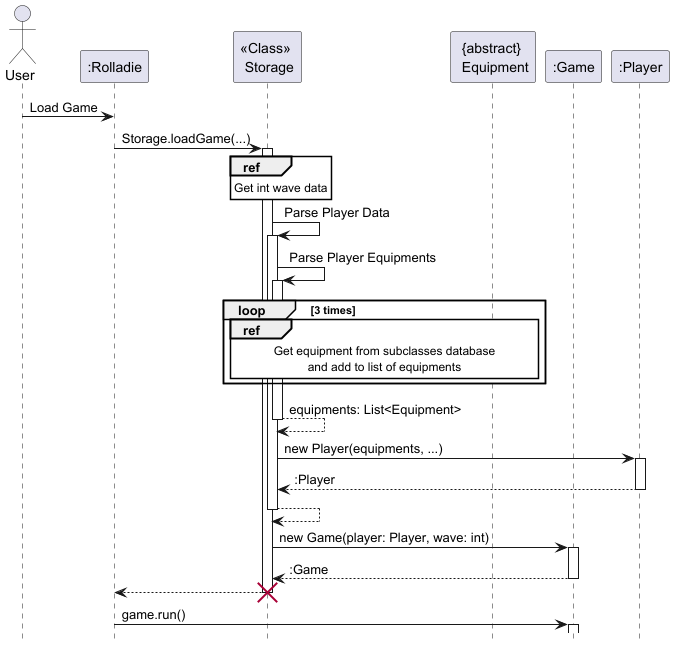
The PlantUML diagram docs/uml_image/loadSequenceDiagram.png in TiangSoonYong/tp, before a commit.
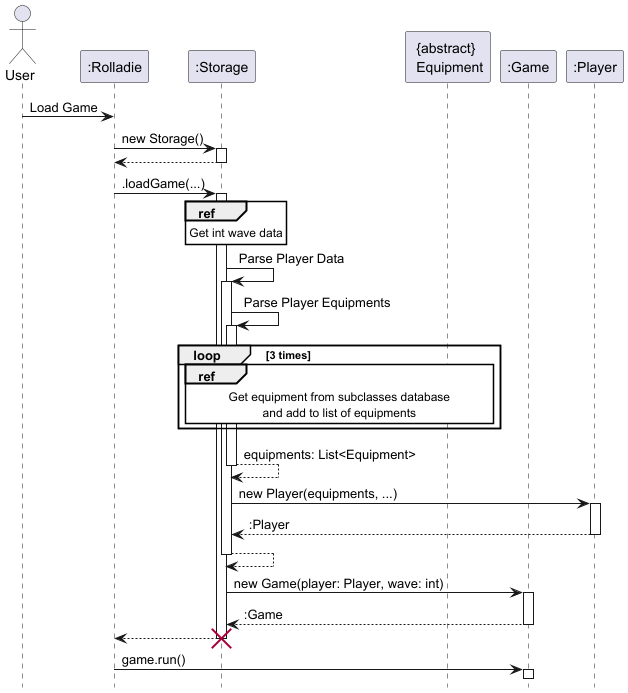
Above is the later version.

Diff of the diagram source:
```diff
@@ -4,13 +4,17 @@
 actor User
 
 participant ":Rolladie" as Rolladie
-participant "<<Class>> \n Storage" as Storage
+participant ":Storage" as Storage
 participant "{abstract} \n Equipment" as Equipment
 participant ":Game" as Game
 participant ":Player" as Player
 
 User -> Rolladie: Load Game
-Rolladie -> Storage: Storage.loadGame(...)
+Rolladie -> Storage: new Storage()
+activate Storage
+Storage --> Rolladie:
+deactivate Storage
+Rolladie -> Storage: .loadGame(...)
 activate Storage
 ref over Storage
     Get int wave data
```
